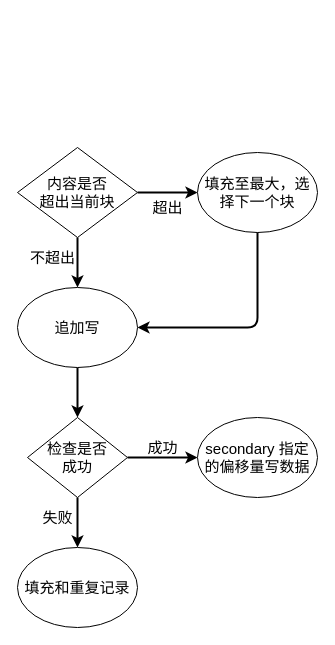
ywq1113/scripts keeps this draw.io diagram as atomic record append.drawio. Above is the earlier version. Source tidied: cells renumbered, new cells numbered last; positions are measured from the earlier drawing's top-left corner, leaving out a move shared by most shapes. Both pictures are drawn from the tidied source at 100%, with x=0, y=0 at pixel (17, 147).
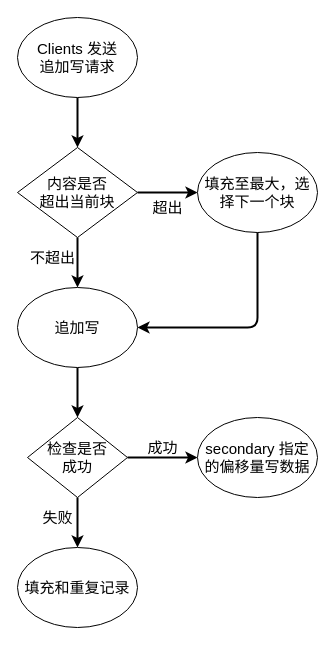
Above is the later version.

Unchanged cells that the change refers to:
```xml
<mxCell id="11" value="&lt;font style=&quot;font-size: 15px&quot;&gt;内容是否&lt;br&gt;超出当前块&lt;/font&gt;" style="rhombus;whiteSpace=wrap;html=1;" parent="1" vertex="1">
  <mxGeometry width="120" height="90" as="geometry" />
</mxCell>
```

Change to the diagram source:
```diff
@@
+    <mxCell id="18" style="edgeStyle=orthogonalEdgeStyle;rounded=0;jettySize=auto;html=1;strokeWidth=2;" parent="1" edge="1" source="19" target="11">
+      <mxGeometry relative="1" as="geometry" />
+    </mxCell>
+    <mxCell id="19" value="&lt;font style=&quot;font-size: 15px&quot;&gt;Clients 发送&lt;br&gt;追加写请求&lt;/font&gt;" style="ellipse;whiteSpace=wrap;html=1;" parent="1" vertex="1">
+      <mxGeometry y="-130" width="120" height="80" as="geometry" />
+    </mxCell>
```
